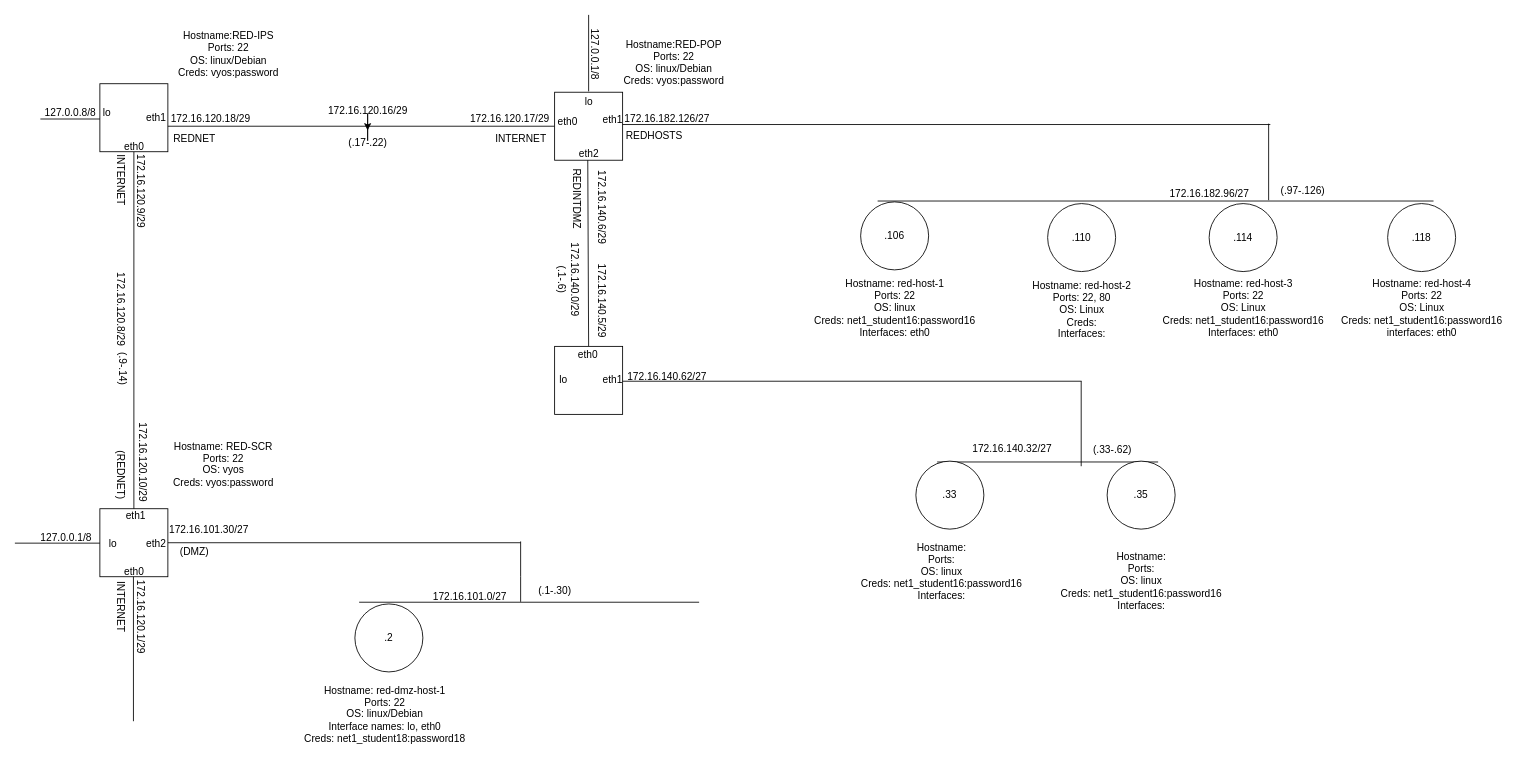
Flyingtomat0/Net-Maps keeps this draw.io diagram as Untitled Diagram.drawio. Above is the earlier version. Source tidied: cells renumbered, new cells numbered last; positions are measured from the earlier drawing's top-left corner, leaving out a move shared by most shapes. Both pictures are drawn from the tidied source at 85%, with x=0, y=0 at pixel (14, 14).
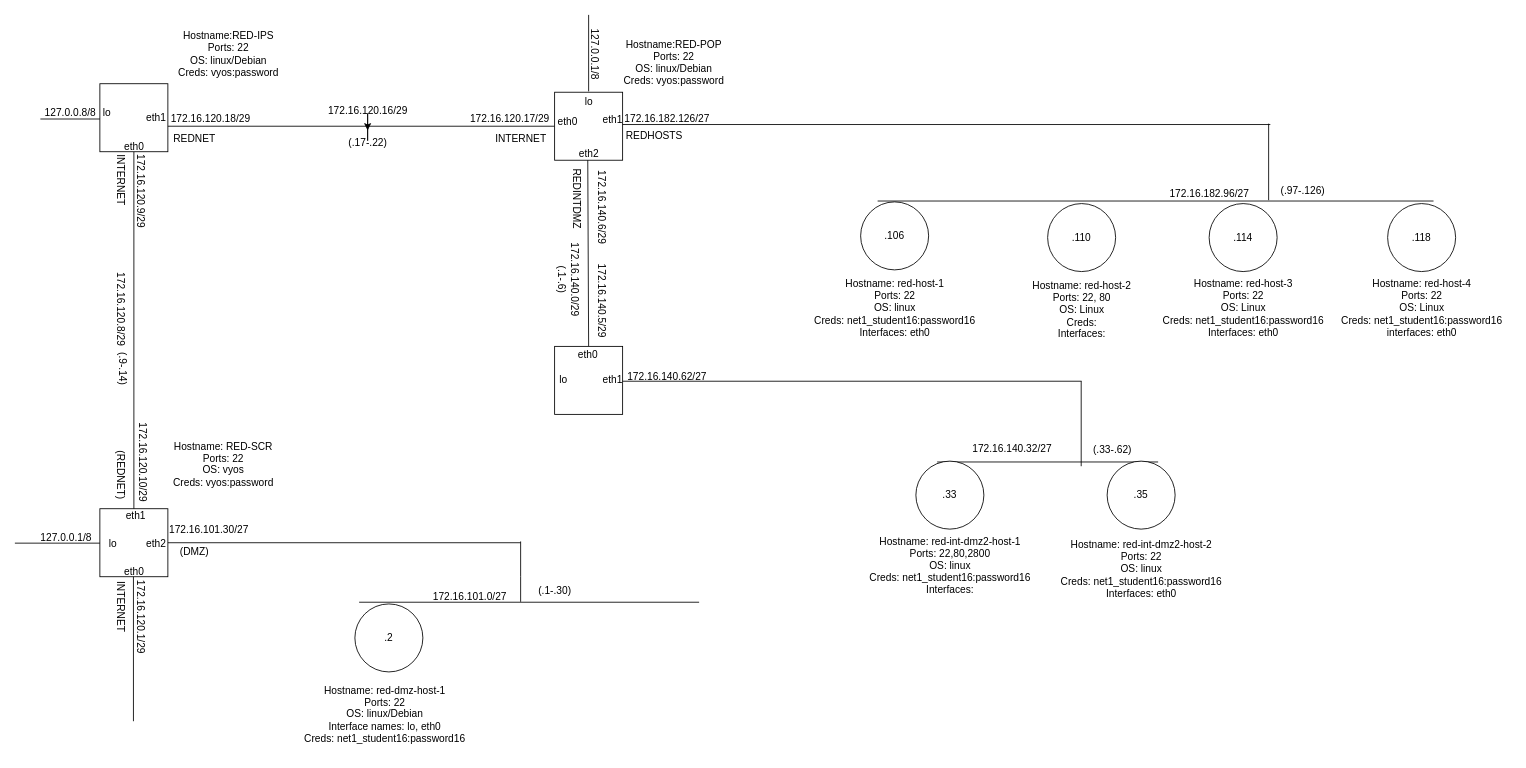
Above is the later version.

What changed in the source:
```diff
@@
-    <mxCell id="3" value="&lt;div&gt;Hostname: red-dmz-host-1&lt;br&gt;&lt;/div&gt;&lt;div&gt;Ports: 22&lt;br&gt;&lt;/div&gt;&lt;div&gt;OS: linux/Debian&lt;br&gt;&lt;/div&gt;&lt;div&gt;Interface names: lo, eth0&lt;br&gt;&lt;/div&gt;&lt;div&gt;Creds: net1_student18:password18&lt;br&gt;&lt;/div&gt;" style="text;html=1;align=center;verticalAlign=middle;strokeColor=none;fillColor=none;" parent="1" vertex="1">
+    <mxCell id="3" value="&lt;div&gt;Hostname: red-dmz-host-1&lt;br&gt;&lt;/div&gt;&lt;div&gt;Ports: 22&lt;br&gt;&lt;/div&gt;&lt;div&gt;OS: linux/Debian&lt;br&gt;&lt;/div&gt;&lt;div&gt;Interface names: lo, eth0&lt;br&gt;&lt;/div&gt;&lt;div&gt;Creds: net1_student16:password16&lt;br&gt;&lt;/div&gt;" style="text;html=1;align=center;verticalAlign=middle;strokeColor=none;fillColor=none;" parent="1" vertex="1">
       <mxGeometry x="330" y="778" width="210" height="90" as="geometry" />
     </mxCell>
@@
-    <mxCell id="84" value="&lt;div&gt;Hostname:&lt;br&gt;&lt;/div&gt;&lt;div&gt;Ports:&lt;br&gt;&lt;/div&gt;&lt;div&gt;OS: linux&lt;br&gt;&lt;/div&gt;&lt;div&gt;Creds: net1_student16:password16&lt;/div&gt;&lt;div&gt;Interfaces:&lt;br&gt;&lt;/div&gt;" style="text;html=1;align=center;verticalAlign=middle;strokeColor=none;fillColor=none;rotation=0;" parent="1" vertex="1">
-      <mxGeometry x="985" y="610" width="210" height="90" as="geometry" />
+    <mxCell id="84" value="&lt;div&gt;Hostname: red-int-dmz2-host-1&lt;br&gt;&lt;/div&gt;&lt;div&gt;Ports: 22,80,2800&lt;br&gt;&lt;/div&gt;&lt;div&gt;OS: linux&lt;br&gt;&lt;/div&gt;&lt;div&gt;Creds: net1_student16:password16&lt;/div&gt;&lt;div&gt;Interfaces:&lt;br&gt;&lt;/div&gt;" style="text;html=1;align=center;verticalAlign=middle;strokeColor=none;fillColor=none;rotation=0;" parent="1" vertex="1">
+      <mxGeometry x="995" y="603" width="210" height="90" as="geometry" />
     </mxCell>
-    <mxCell id="85" value="&lt;div&gt;Hostname:&lt;br&gt;&lt;/div&gt;&lt;div&gt;Ports: &lt;br&gt;&lt;/div&gt;&lt;div&gt;OS: linux&lt;br&gt;&lt;/div&gt;&lt;div&gt;Creds: net1_student16:password16&lt;/div&gt;&lt;div&gt;Interfaces: &lt;br&gt;&lt;/div&gt;" style="text;html=1;align=center;verticalAlign=middle;strokeColor=none;fillColor=none;rotation=0;" parent="1" vertex="1">
-      <mxGeometry x="1220" y="621" width="210" height="90" as="geometry" />
+    <mxCell id="85" value="&lt;div&gt;Hostname: red-int-dmz2-host-2&lt;br&gt;&lt;/div&gt;&lt;div&gt;Ports: 22&lt;br&gt;&lt;/div&gt;&lt;div&gt;OS: linux&lt;br&gt;&lt;/div&gt;&lt;div&gt;Creds: net1_student16:password16&lt;/div&gt;&lt;div&gt;Interfaces: eth0&lt;br&gt;&lt;/div&gt;" style="text;html=1;align=center;verticalAlign=middle;strokeColor=none;fillColor=none;rotation=0;" parent="1" vertex="1">
+      <mxGeometry x="1220" y="607" width="210" height="90" as="geometry" />
     </mxCell>
```
